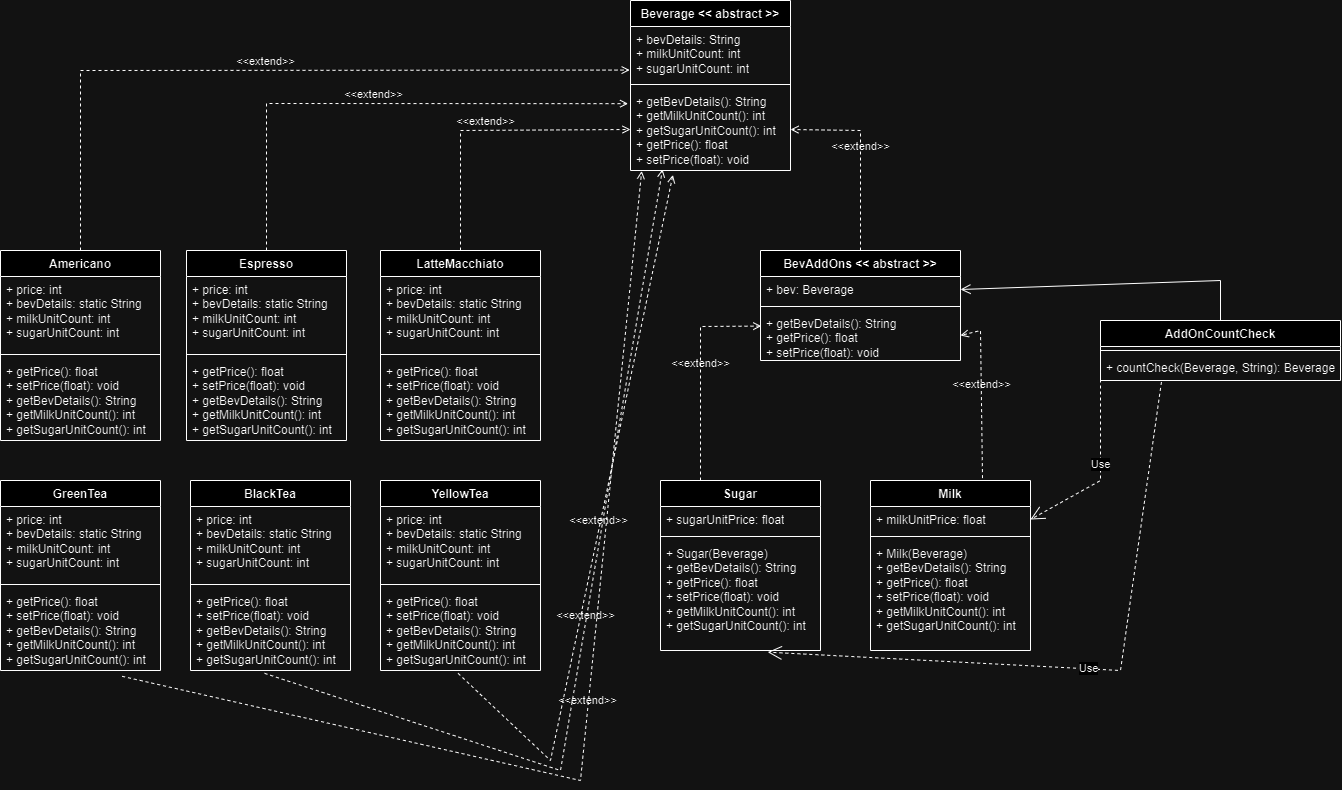
Above: BU MET CS 665 Assignment 6.drawio.png in shiddharthsaran/cs-665-assignment-6 (draw.io), before the change. Source tidied: cells renumbered, new cells last; positions are measured from the earlier drawing's top-left corner, leaving out a move shared by most shapes.
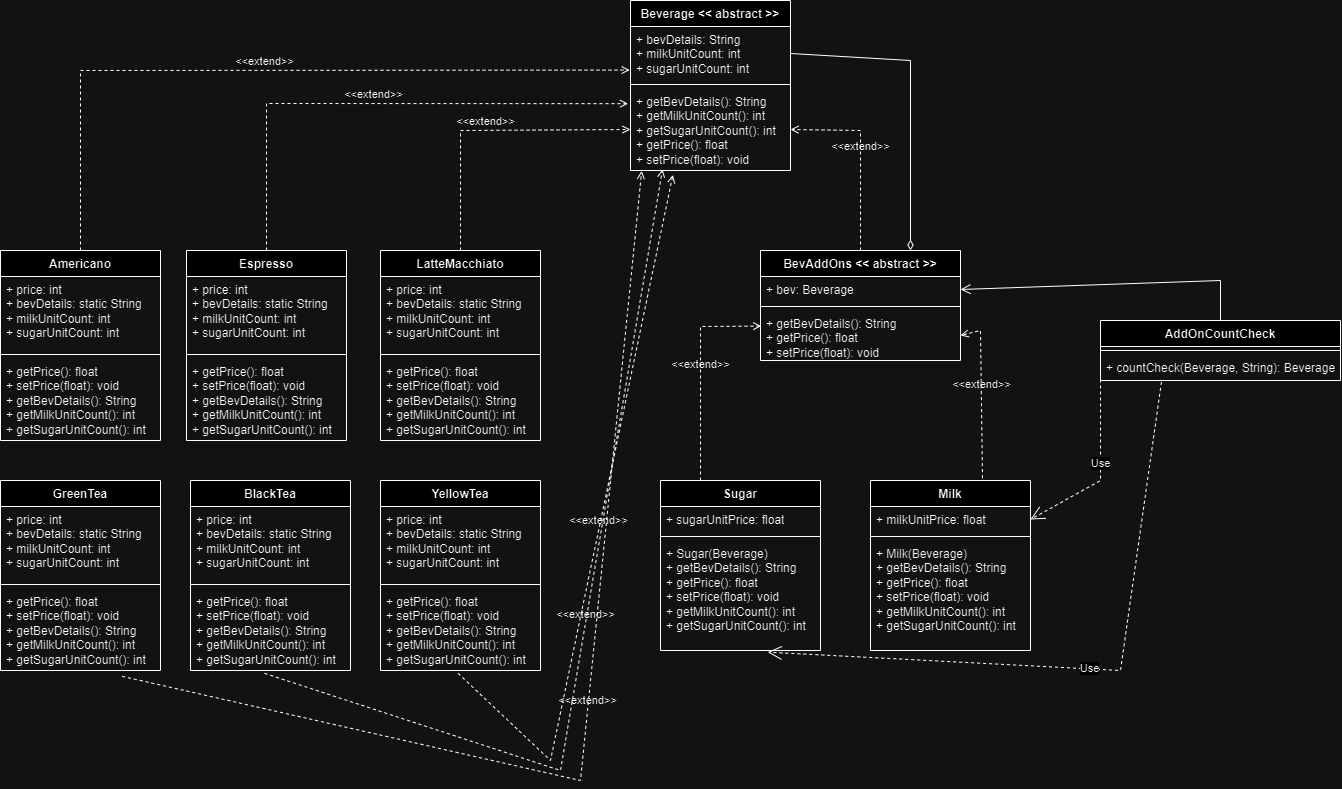
After the commit.

Commit message:
updated uml diagram

What changed in the source:
```diff
@@ -215,5 +215,12 @@
         </Array>
       </mxGeometry>
     </mxCell>
+    <mxCell id="57" style="endArrow=none;startArrow=diamondThin;endFill=0;startFill=0;html=1;verticalAlign=bottom;labelBackgroundColor=none;strokeWidth=1;startSize=8;endSize=8;rounded=0;entryX=1;entryY=0.5;entryDx=0;entryDy=0;exitX=0.75;exitY=0;exitDx=0;exitDy=0;" parent="1" edge="1" source="6" target="3">
+      <mxGeometry relative="1" as="geometry">
+        <Array as="points">
+          <mxPoint x="910" y="60" />
+        </Array>
+      </mxGeometry>
+    </mxCell>
   </root>
 </mxGraphModel>
```
